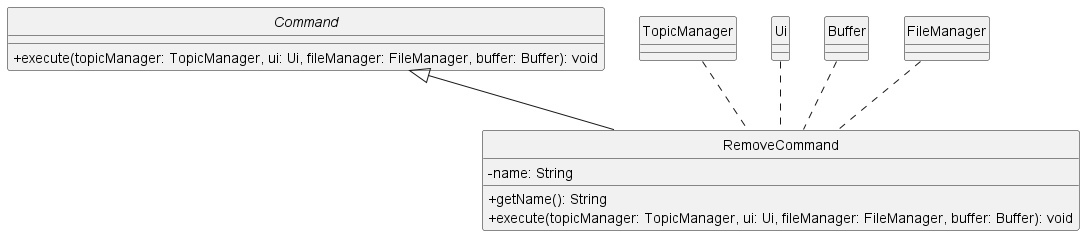
Before: docs/class-diagrams/diagrams/RemoveClass.png, a diagram exported from PlantUML (ong-ck/tp).
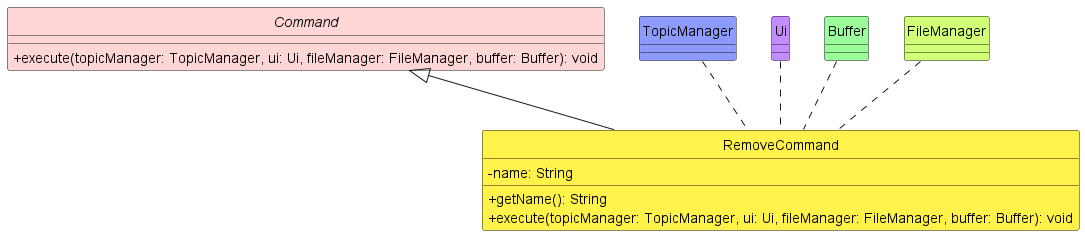
Later version of the same file.

Diff of the diagram source:
```diff
@@ -1,12 +1,13 @@
 @startuml
+!include ../../style.iuml
 skinparam classAttributeIconSize 0
 hide circle
 
-abstract class Command {
+abstract class Command Command_STYLE {
     +execute(topicManager: TopicManager, ui: Ui, fileManager: FileManager, buffer: Buffer): void
 }
 
-class RemoveCommand {
+class RemoveCommand RemoveCommand_STYLE {
     -name: String
     +getName(): String
     +execute(topicManager: TopicManager, ui: Ui, fileManager: FileManager, buffer: Buffer): void
@@ -14,16 +15,16 @@
 
 
 
-class TopicManager {
+class TopicManager TopicManager_STYLE {
 }
 
-class Ui {
+class Ui Ui_STYLE {
 }
 
-class Buffer {
+class Buffer Buffer_STYLE {
 }
 
-class FileManager {
+class FileManager FileManager_STYLE {
 }
 
 Command <|-- RemoveCommand
```
